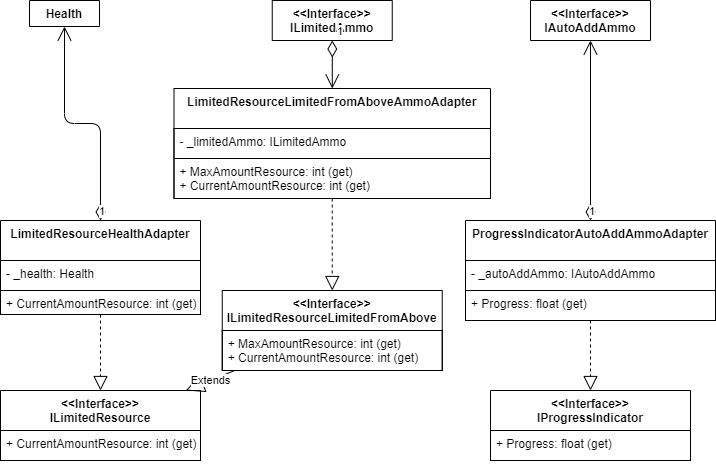
This is Other/Diagrams/Model/Model-Adapters.png from Kkamikadzee/Asteroids, a draw.io export, as it was before one commit. Source tidied: cells renumbered, new cells last; positions are measured from the earlier drawing's top-left corner, leaving out a move shared by most shapes. The source it was exported from:
```xml
<mxGraphModel>
  <root>
    <mxCell id="0" />
    <mxCell id="1" parent="0" />
    <mxCell id="2" value="1" style="endArrow=open;html=1;endSize=12;startArrow=diamondThin;startSize=14;startFill=0;edgeStyle=orthogonalEdgeStyle;align=left;verticalAlign=bottom;" parent="1" edge="1" source="6" target="16">
      <mxGeometry x="-1" y="3" relative="1" as="geometry" />
    </mxCell>
    <mxCell id="3" value="&lt;&lt;Interface&gt;&gt;&#10;IAutoAddAmmo" style="swimlane;fontStyle=1;align=center;verticalAlign=top;horizontal=1;startSize=40;spacing=2;" parent="1" vertex="1" collapsed="1">
      <mxGeometry x="530" width="120" height="40" as="geometry" />
    </mxCell>
    <mxCell id="4" value="&lt;&lt;Interface&gt;&gt;&#10;ILimitedResourceLimitedFromAbove" style="swimlane;fontStyle=1;align=center;verticalAlign=top;horizontal=1;startSize=40;spacing=2;" parent="1" vertex="1">
      <mxGeometry x="221.8" y="290" width="220" height="80" as="geometry" />
    </mxCell>
    <mxCell id="5" value="+ MaxAmountResource: int (get)&#10;+ CurrentAmountResource: int (get)" style="text;fillColor=none;align=left;verticalAlign=top;spacingLeft=4;spacingRight=4;overflow=hidden;strokeColor=#000000;" parent="4" vertex="1">
      <mxGeometry y="40" width="220" height="40" as="geometry" />
    </mxCell>
    <mxCell id="6" value="LimitedResourceHealthAdapter" style="swimlane;fontStyle=1;align=center;verticalAlign=top;horizontal=1;startSize=40;spacing=2;" parent="1" vertex="1">
      <mxGeometry y="220" width="200" height="94" as="geometry" />
    </mxCell>
    <mxCell id="7" value="- _health: Health" style="text;fillColor=none;align=left;verticalAlign=top;spacingLeft=4;spacingRight=4;overflow=hidden;strokeColor=#000000;" parent="6" vertex="1">
      <mxGeometry y="40" width="200" height="30" as="geometry" />
    </mxCell>
    <mxCell id="8" value="+ CurrentAmountResource: int (get)" style="text;fillColor=none;align=left;verticalAlign=top;spacingLeft=4;spacingRight=4;overflow=hidden;strokeColor=#000000;" parent="6" vertex="1">
      <mxGeometry y="70" width="200" height="24" as="geometry" />
    </mxCell>
    <mxCell id="9" value="ProgressIndicatorAutoAddAmmoAdapter" style="swimlane;fontStyle=1;align=center;verticalAlign=top;horizontal=1;startSize=40;spacing=2;" parent="1" vertex="1">
      <mxGeometry x="465" y="220" width="250" height="100" as="geometry" />
    </mxCell>
    <mxCell id="10" value="- _autoAddAmmo: IAutoAddAmmo" style="text;fillColor=none;align=left;verticalAlign=top;spacingLeft=4;spacingRight=4;overflow=hidden;strokeColor=#000000;" parent="9" vertex="1">
      <mxGeometry y="40" width="250" height="30" as="geometry" />
    </mxCell>
    <mxCell id="11" value="+ Progress: float (get) " style="text;fillColor=none;align=left;verticalAlign=top;spacingLeft=4;spacingRight=4;overflow=hidden;strokeColor=#000000;" parent="9" vertex="1">
      <mxGeometry y="70" width="250" height="30" as="geometry" />
    </mxCell>
    <mxCell id="12" value="LimitedResourceLimitedFromAboveAmmoAdapter" style="swimlane;fontStyle=1;align=center;verticalAlign=top;horizontal=1;startSize=40;spacing=2;" parent="1" vertex="1">
      <mxGeometry x="173.5" y="88" width="316.5" height="110" as="geometry" />
    </mxCell>
    <mxCell id="13" value="- _limitedAmmo: ILimitedAmmo" style="text;fillColor=none;align=left;verticalAlign=top;spacingLeft=4;spacingRight=4;overflow=hidden;strokeColor=#000000;" parent="12" vertex="1">
      <mxGeometry y="40" width="316.5" height="30" as="geometry" />
    </mxCell>
    <mxCell id="14" value="+ MaxAmountResource: int (get)&#10;+ CurrentAmountResource: int (get)" style="text;fillColor=none;align=left;verticalAlign=top;spacingLeft=4;spacingRight=4;overflow=hidden;strokeColor=#000000;" parent="12" vertex="1">
      <mxGeometry y="70" width="316.5" height="40" as="geometry" />
    </mxCell>
    <mxCell id="15" value="&lt;&lt;Interface&gt;&gt;&#10;ILimitedAmmo" style="swimlane;fontStyle=1;align=center;verticalAlign=top;horizontal=1;startSize=40;spacing=2;" parent="1" vertex="1" collapsed="1">
      <mxGeometry x="271.8" width="120" height="40" as="geometry" />
    </mxCell>
    <mxCell id="16" value="Health" style="swimlane;fontStyle=1;align=center;verticalAlign=top;horizontal=1;startSize=26;spacing=2;" parent="1" vertex="1" collapsed="1">
      <mxGeometry x="29" width="70" height="26" as="geometry" />
    </mxCell>
    <mxCell id="17" style="endArrow=block;dashed=1;endFill=0;endSize=12;html=1;" parent="1" edge="1" source="12" target="4">
      <mxGeometry relative="1" as="geometry" />
    </mxCell>
    <mxCell id="18" style="endArrow=block;dashed=1;endFill=0;endSize=12;html=1;" parent="1" edge="1" source="9" target="21">
      <mxGeometry relative="1" as="geometry" />
    </mxCell>
    <mxCell id="19" value="1" style="endArrow=open;html=1;endSize=12;startArrow=diamondThin;startSize=14;startFill=0;edgeStyle=orthogonalEdgeStyle;align=left;verticalAlign=bottom;" parent="1" edge="1" source="9" target="3">
      <mxGeometry x="-1" y="3" relative="1" as="geometry" />
    </mxCell>
    <mxCell id="20" value="1" style="endArrow=open;html=1;endSize=12;startArrow=diamondThin;startSize=14;startFill=0;edgeStyle=orthogonalEdgeStyle;align=left;verticalAlign=bottom;" parent="1" edge="1" source="15" target="12">
      <mxGeometry x="-1" y="3" relative="1" as="geometry" />
    </mxCell>
    <mxCell id="21" value="&lt;&lt;Interface&gt;&gt;&#10;IProgressIndicator" style="swimlane;fontStyle=1;align=center;verticalAlign=top;horizontal=1;startSize=40;spacing=2;" parent="1" vertex="1">
      <mxGeometry x="490" y="390" width="200" height="70" as="geometry" />
    </mxCell>
    <mxCell id="22" value="+ Progress: float (get) " style="text;fillColor=none;align=left;verticalAlign=top;spacingLeft=4;spacingRight=4;overflow=hidden;strokeColor=#000000;" parent="21" vertex="1">
      <mxGeometry y="40" width="200" height="30" as="geometry" />
    </mxCell>
    <mxCell id="23" value="&lt;&lt;Interface&gt;&gt;&#10;ILimitedResource" style="swimlane;fontStyle=1;align=center;verticalAlign=top;horizontal=1;startSize=40;spacing=2;" parent="1" vertex="1">
      <mxGeometry y="390" width="200" height="70" as="geometry" />
    </mxCell>
    <mxCell id="24" value="+ CurrentAmountResource: int (get)" style="text;fillColor=none;align=left;verticalAlign=top;spacingLeft=4;spacingRight=4;overflow=hidden;strokeColor=#000000;" parent="23" vertex="1">
      <mxGeometry y="40" width="200" height="30" as="geometry" />
    </mxCell>
    <mxCell id="25" value="Extends" style="endArrow=block;endSize=16;endFill=0;html=1;" parent="1" edge="1" source="4" target="23">
      <mxGeometry relative="1" as="geometry" />
    </mxCell>
    <mxCell id="26" style="endArrow=block;dashed=1;endFill=0;endSize=12;html=1;" parent="1" edge="1" source="6" target="23">
      <mxGeometry relative="1" as="geometry" />
    </mxCell>
  </root>
</mxGraphModel>
```
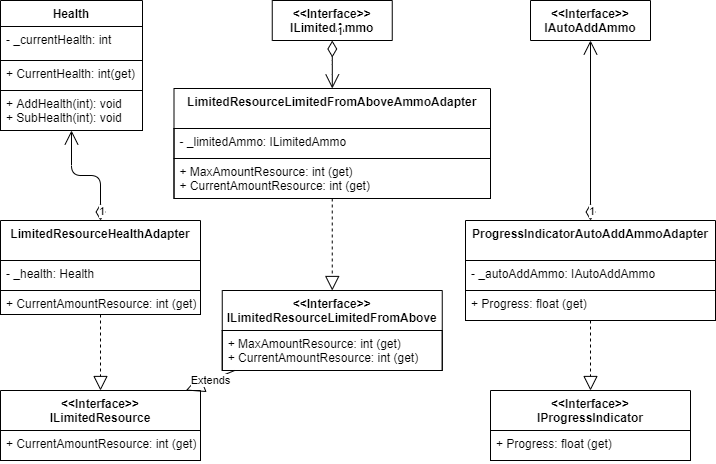
Later version of the same file.

The edit, as a diff of the source:
```diff
@@ -5,6 +5,18 @@
     <mxCell id="2" value="1" style="endArrow=open;html=1;endSize=12;startArrow=diamondThin;startSize=14;startFill=0;edgeStyle=orthogonalEdgeStyle;align=left;verticalAlign=bottom;" parent="1" edge="1" source="6" target="16">
       <mxGeometry x="-1" y="3" relative="1" as="geometry" />
     </mxCell>
+    <mxCell id="16" value="Health" style="swimlane;fontStyle=1;align=center;verticalAlign=top;horizontal=1;startSize=26;spacing=2;" parent="1" vertex="1">
+      <mxGeometry width="142" height="130" as="geometry" />
+    </mxCell>
+    <mxCell id="27" value="- _currentHealth: int" style="text;fillColor=none;align=left;verticalAlign=top;spacingLeft=4;spacingRight=4;overflow=hidden;strokeColor=#000000;" parent="16" vertex="1">
+      <mxGeometry y="26" width="142" height="34" as="geometry" />
+    </mxCell>
+    <mxCell id="28" value="+ CurrentHealth: int(get)&#10;" style="text;fillColor=none;align=left;verticalAlign=top;spacingLeft=4;spacingRight=4;overflow=hidden;strokeColor=#000000;" parent="16" vertex="1">
+      <mxGeometry y="60" width="142" height="30" as="geometry" />
+    </mxCell>
+    <mxCell id="29" value="+ AddHealth(int): void&#10;+ SubHealth(int): void" style="text;fillColor=none;align=left;verticalAlign=top;spacingLeft=4;spacingRight=4;overflow=hidden;strokeColor=#000000;" parent="16" vertex="1">
+      <mxGeometry y="90" width="142" height="40" as="geometry" />
+    </mxCell>
     <mxCell id="3" value="&lt;&lt;Interface&gt;&gt;&#10;IAutoAddAmmo" style="swimlane;fontStyle=1;align=center;verticalAlign=top;horizontal=1;startSize=40;spacing=2;" parent="1" vertex="1" collapsed="1">
       <mxGeometry x="530" width="120" height="40" as="geometry" />
     </mxCell>
@@ -44,9 +56,6 @@
     <mxCell id="15" value="&lt;&lt;Interface&gt;&gt;&#10;ILimitedAmmo" style="swimlane;fontStyle=1;align=center;verticalAlign=top;horizontal=1;startSize=40;spacing=2;" parent="1" vertex="1" collapsed="1">
       <mxGeometry x="271.8" width="120" height="40" as="geometry" />
     </mxCell>
-    <mxCell id="16" value="Health" style="swimlane;fontStyle=1;align=center;verticalAlign=top;horizontal=1;startSize=26;spacing=2;" parent="1" vertex="1" collapsed="1">
-      <mxGeometry x="29" width="70" height="26" as="geometry" />
-    </mxCell>
     <mxCell id="17" style="endArrow=block;dashed=1;endFill=0;endSize=12;html=1;" parent="1" edge="1" source="12" target="4">
       <mxGeometry relative="1" as="geometry" />
     </mxCell>
```
